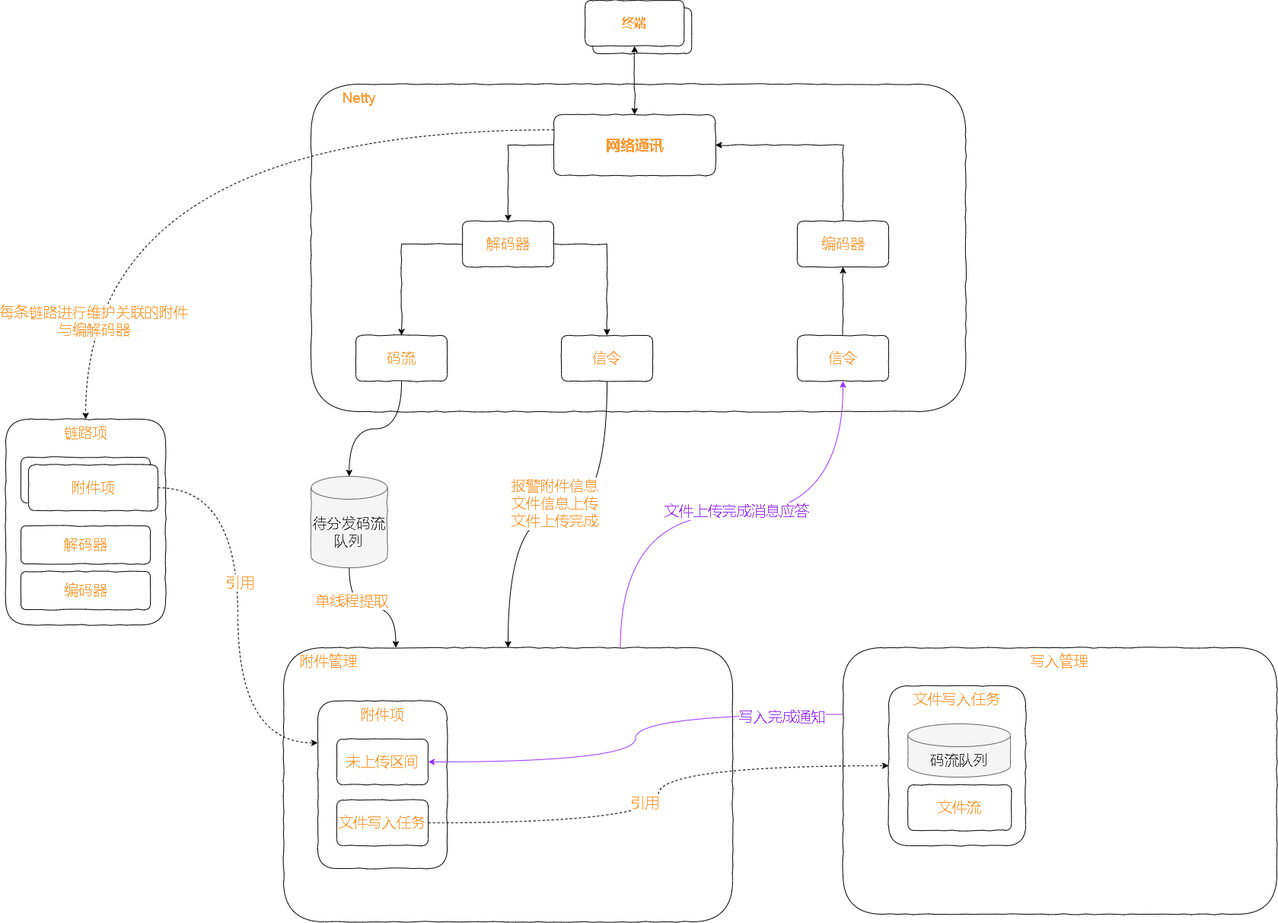
Before: test.drawio.png, a diagram exported from draw.io (xktder/draw). Source tidied: cells renumbered, new cells last; positions are measured from the earlier drawing's top-left corner, leaving out a move shared by most shapes.
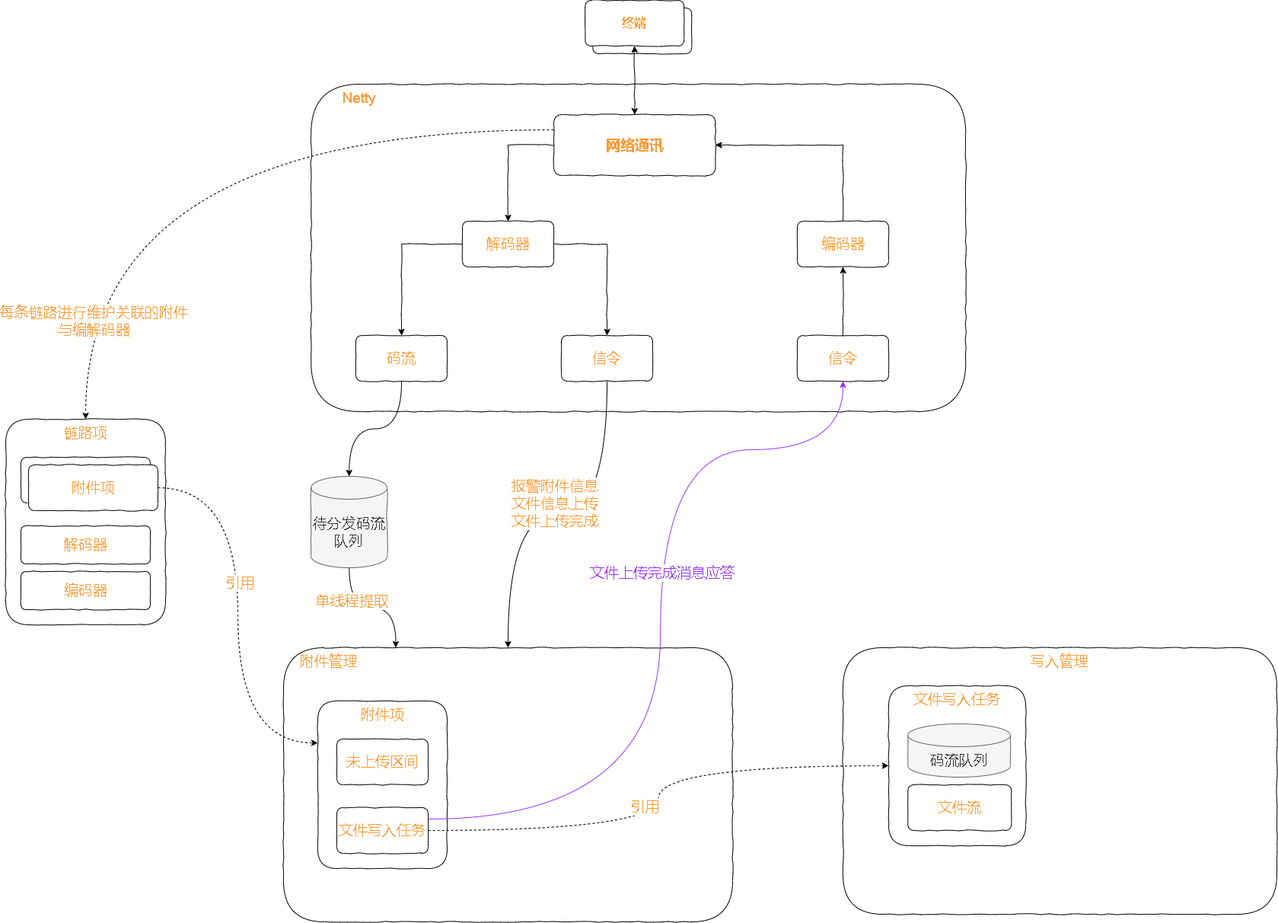
Above is the later version.

What changed in the source:
```diff
@@ -8,14 +8,6 @@
     <mxCell id="3" value="写入管理" style="rounded=1;whiteSpace=wrap;html=1;comic=1;fontSize=19;fontColor=#FF9933;strokeColor=default;gradientColor=none;verticalAlign=top;" parent="1" vertex="1">
       <mxGeometry x="1100" y="850" width="570" height="350" as="geometry" />
     </mxCell>
-    <mxCell id="4" style="edgeStyle=orthogonalEdgeStyle;curved=1;rounded=0;comic=0;jettySize=auto;html=1;exitX=0.75;exitY=0;exitDx=0;exitDy=0;entryX=0.5;entryY=1;entryDx=0;entryDy=0;fontSize=19;fontColor=#FF9933;startArrow=none;startFill=0;endArrow=classic;endFill=1;strokeColor=#9933FF;" parent="1" edge="1" source="6" target="26">
-      <mxGeometry relative="1" as="geometry" />
-    </mxCell>
-    <mxCell id="5" value="文件上传完成消息应答" style="edgeLabel;html=1;align=center;verticalAlign=middle;fontSize=19;fontColor=#9933FF;" parent="4" vertex="1">
-      <mxGeometry x="-0.11" y="-8" relative="1" as="geometry">
-        <mxPoint x="41" y="-13" as="offset" />
-      </mxGeometry>
-    </mxCell>
     <mxCell id="6" value="&amp;nbsp; &amp;nbsp; 附件管理" style="rounded=1;whiteSpace=wrap;html=1;comic=1;fontSize=19;fontColor=#FF9933;strokeColor=default;gradientColor=none;verticalAlign=top;align=left;" parent="1" vertex="1">
       <mxGeometry x="365" y="850" width="590" height="360" as="geometry" />
     </mxCell>
@@ -102,7 +94,7 @@
       <mxGeometry x="25" y="50" width="120" height="60" as="geometry" />
     </mxCell>
     <mxCell id="33" value="文件写入任务" style="rounded=1;whiteSpace=wrap;html=1;comic=1;fontSize=19;fontColor=#FF9933;strokeColor=default;gradientColor=none;" parent="30" vertex="1">
-      <mxGeometry x="25" y="130" width="120" height="60" as="geometry" />
+      <mxGeometry x="25" y="140" width="120" height="60" as="geometry" />
     </mxCell>
     <mxCell id="34" style="group;" parent="1" vertex="1">
       <mxGeometry y="550" width="210" height="270" as="geometry" />
@@ -149,13 +141,17 @@
     <mxCell id="48" value="引用" style="edgeLabel;html=1;align=center;verticalAlign=middle;fontSize=19;fontColor=#FF9933;" parent="47" vertex="1">
       <mxGeometry x="-0.03" y="18" relative="1" as="geometry" />
     </mxCell>
-    <mxCell id="49" style="edgeStyle=orthogonalEdgeStyle;curved=1;rounded=0;comic=0;jettySize=auto;html=1;exitX=0;exitY=0.25;exitDx=0;exitDy=0;entryX=1;entryY=0.5;entryDx=0;entryDy=0;fontSize=19;fontColor=#9933FF;startArrow=none;startFill=0;endArrow=classic;endFill=1;strokeColor=#9933FF;" parent="1" edge="1" source="3" target="32">
-      <mxGeometry relative="1" as="geometry" />
-    </mxCell>
-    <mxCell id="50" value="写入完成通知" style="edgeLabel;html=1;align=center;verticalAlign=middle;fontSize=19;fontColor=#9933FF;" parent="49" vertex="1">
-      <mxGeometry x="0.16" y="-5" relative="1" as="geometry">
-        <mxPoint x="210" y="-55" as="offset" />
-      </mxGeometry>
-    </mxCell>
+    <mxCell id="51" style="edgeStyle=orthogonalEdgeStyle;curved=1;rounded=0;comic=0;jettySize=auto;html=1;exitX=1;exitY=0.25;exitDx=0;exitDy=0;entryX=0.5;entryY=1;entryDx=0;entryDy=0;fontSize=19;fontColor=#9933FF;startArrow=none;startFill=0;endArrow=classic;endFill=1;strokeColor=#9933FF;" parent="1" edge="1" source="33" target="26">
+      <mxGeometry relative="1" as="geometry">
+        <Array as="points">
+          <mxPoint x="860" y="1075" />
+          <mxPoint x="860" y="590" />
+          <mxPoint x="1100" y="590" />
+        </Array>
+      </mxGeometry>
+    </mxCell>
+    <mxCell id="5" value="文件上传完成消息应答" style="edgeLabel;html=1;align=center;verticalAlign=middle;fontSize=19;fontColor=#9933FF;" parent="51" vertex="1">
+      <mxGeometry x="0.12" y="-1" relative="1" as="geometry" />
+    </mxCell>
   </root>
 </mxGraphModel>
```
